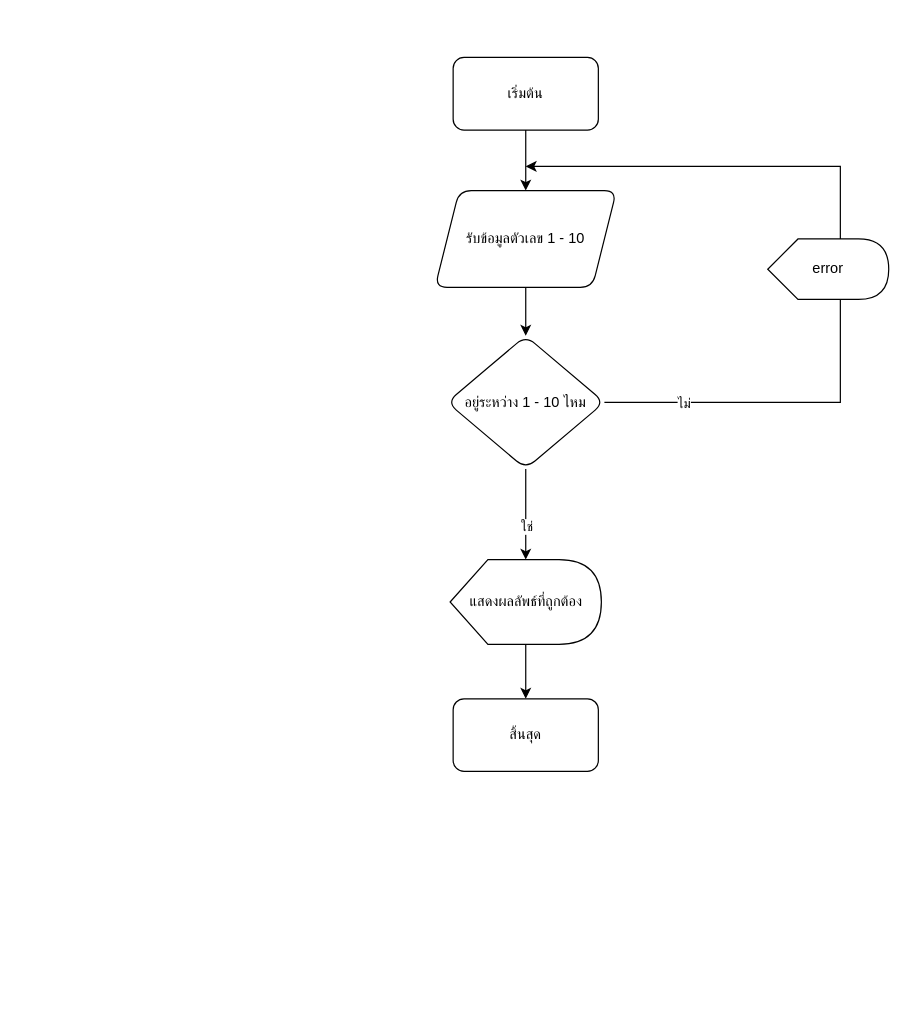
Before: Untitled Diagram.drawio in porzsche/suchanan-porsche, a draw.io diagram. Source tidied: cells renumbered, new cells numbered last; positions are measured from the earlier drawing's top-left corner, leaving out a move shared by most shapes. Both pictures are drawn from the tidied source at 121%, with x=0, y=0 at pixel (434, 57).
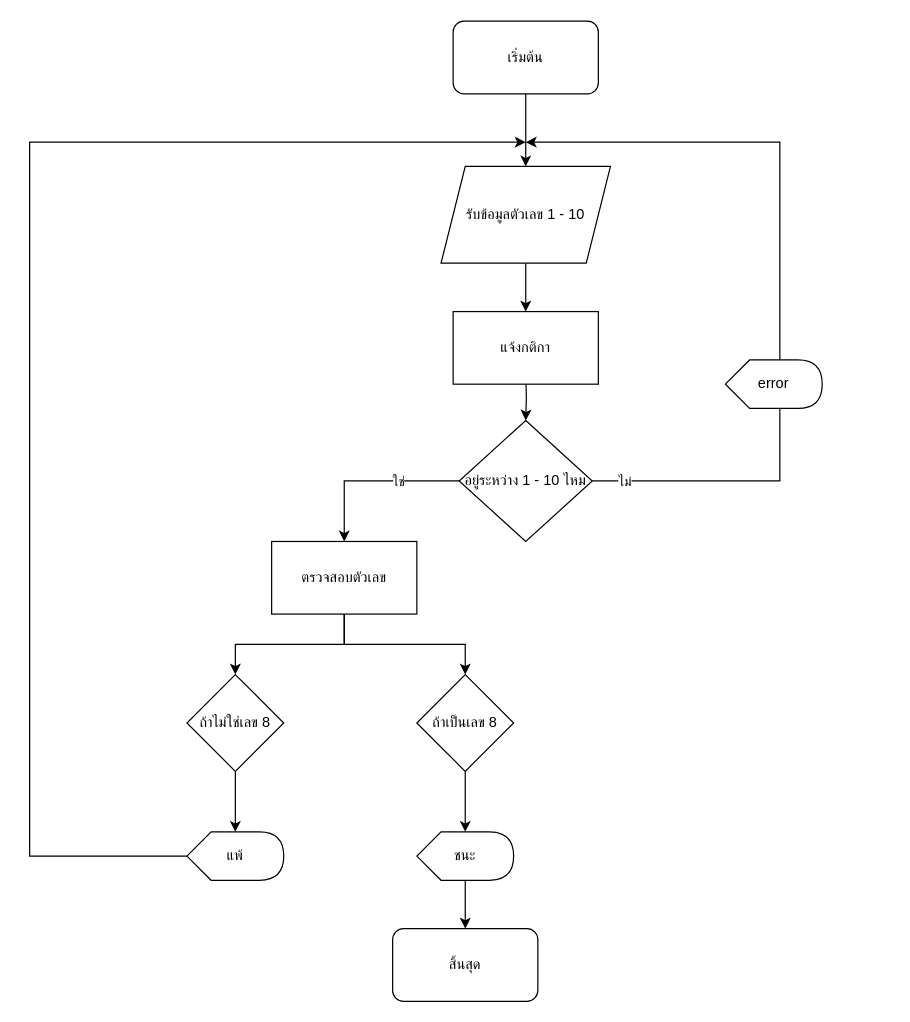
The same diagram, later.

Diff of the diagram source:
```diff
@@
     <mxCell id="3" value="เริ่มต้น" style="rounded=1;whiteSpace=wrap;html=1;" parent="1" vertex="1">
-      <mxGeometry x="15" width="120" height="60" as="geometry" />
+      <mxGeometry x="15" y="-30" width="120" height="60" as="geometry" />
     </mxCell>
-    <mxCell id="4" style="edgeStyle=orthogonalEdgeStyle;rounded=0;jettySize=auto;html=1;" parent="1" edge="1" source="5" target="10">
-      <mxGeometry relative="1" as="geometry" />
-    </mxCell>
+    <mxCell id="15" style="edgeStyle=orthogonalEdgeStyle;rounded=0;jettySize=auto;html=1;entryX=0.5;entryY=0;entryDx=0;entryDy=0;" parent="1" edge="1" source="5" target="19">
+      <mxGeometry relative="1" as="geometry" />
+    </mxCell>
-    <mxCell id="5" value="รับข้อมูลตัวเลข 1 - 10" style="shape=parallelogram;perimeter=parallelogramPerimeter;whiteSpace=wrap;html=1;fixedSize=1;rounded=1;" parent="1" vertex="1">
-      <mxGeometry y="110" width="150" height="80" as="geometry" />
+    <mxCell id="5" value="รับข้อมูลตัวเลข 1 - 10" style="shape=parallelogram;perimeter=parallelogramPerimeter;whiteSpace=wrap;html=1;fixedSize=1;" parent="1" vertex="1">
+      <mxGeometry x="5" y="90" width="140" height="80" as="geometry" />
     </mxCell>
-    <mxCell id="6" style="edgeStyle=orthogonalEdgeStyle;rounded=0;jettySize=auto;html=1;" parent="1" edge="1" source="10">
-      <mxGeometry relative="1" as="geometry">
-        <mxPoint x="75" y="90" as="targetPoint" />
-        <Array as="points">
-          <mxPoint x="335" y="285" />
-          <mxPoint x="335" y="90" />
-        </Array>
-      </mxGeometry>
-    </mxCell>
+    <mxCell id="16" style="edgeStyle=orthogonalEdgeStyle;rounded=0;jettySize=auto;html=1;" parent="1" edge="1" target="10">
+      <mxGeometry relative="1" as="geometry">
+        <mxPoint x="75" y="260" as="sourcePoint" />
+      </mxGeometry>
+    </mxCell>
+    <mxCell id="17" style="edgeStyle=orthogonalEdgeStyle;rounded=0;jettySize=auto;html=1;" parent="1" edge="1" source="10">
+      <mxGeometry relative="1" as="geometry">
+        <mxPoint x="75" y="70" as="targetPoint" />
+        <Array as="points">
+          <mxPoint x="285" y="350" />
+          <mxPoint x="285" y="70" />
+        </Array>
+      </mxGeometry>
+    </mxCell>
-    <mxCell id="7" value="ไม่" style="edgeLabel;html=1;align=center;verticalAlign=middle;" parent="6" vertex="1">
-      <mxGeometry x="-0.8" relative="1" as="geometry" />
+    <mxCell id="7" value="ไม่" style="edgeLabel;html=1;align=center;verticalAlign=middle;" parent="17" vertex="1">
+      <mxGeometry x="-0.92" relative="1" as="geometry" />
     </mxCell>
-    <mxCell id="8" style="edgeStyle=orthogonalEdgeStyle;rounded=0;jettySize=auto;html=1;" parent="1" edge="1" source="10" target="13">
-      <mxGeometry relative="1" as="geometry" />
-    </mxCell>
+    <mxCell id="18" style="edgeStyle=orthogonalEdgeStyle;rounded=0;jettySize=auto;html=1;entryX=0.5;entryY=0;entryDx=0;entryDy=0;" parent="1" edge="1" source="10" target="22">
+      <mxGeometry relative="1" as="geometry">
+        <Array as="points">
+          <mxPoint x="-75" y="350" />
+        </Array>
+      </mxGeometry>
+    </mxCell>
-    <mxCell id="9" value="ใช่" style="edgeLabel;html=1;align=center;verticalAlign=middle;" parent="8" vertex="1">
-      <mxGeometry x="0.24" relative="1" as="geometry" />
+    <mxCell id="9" value="ใช่" style="edgeLabel;html=1;align=center;verticalAlign=middle;" parent="18" vertex="1">
+      <mxGeometry x="-0.29" relative="1" as="geometry" />
     </mxCell>
-    <mxCell id="10" value="อยู่ระหว่าง 1 - 10 ไหม" style="rhombus;whiteSpace=wrap;html=1;rounded=1;" parent="1" vertex="1">
-      <mxGeometry x="10" y="230" width="130" height="110" as="geometry" />
+    <mxCell id="10" value="อยู่ระหว่าง 1 - 10 ไหม" style="rhombus;whiteSpace=wrap;html=1;" parent="1" vertex="1">
+      <mxGeometry x="20" y="300" width="110" height="100" as="geometry" />
     </mxCell>
     <mxCell id="11" value="error" style="shape=display;whiteSpace=wrap;html=1;" parent="1" vertex="1">
-      <mxGeometry x="275" y="150" width="100" height="50" as="geometry" />
+      <mxGeometry x="240" y="250" width="80" height="40" as="geometry" />
     </mxCell>
-    <mxCell id="12" style="edgeStyle=orthogonalEdgeStyle;rounded=0;jettySize=auto;html=1;" parent="1" edge="1" source="13" target="14">
-      <mxGeometry relative="1" as="geometry" />
-    </mxCell>
-    <mxCell id="13" value="แสดงผลลัพธ์ที่ถูกต้อง" style="shape=display;whiteSpace=wrap;html=1;" parent="1" vertex="1">
-      <mxGeometry x="12.5" y="415" width="125" height="70" as="geometry" />
-    </mxCell>
+    <mxCell id="19" value="แจ้งกติกา" style="rounded=0;whiteSpace=wrap;html=1;" parent="1" vertex="1">
+      <mxGeometry x="15" y="210" width="120" height="60" as="geometry" />
+    </mxCell>
+    <mxCell id="20" style="edgeStyle=orthogonalEdgeStyle;rounded=0;jettySize=auto;html=1;" parent="1" edge="1" source="22" target="24">
+      <mxGeometry relative="1" as="geometry" />
+    </mxCell>
+    <mxCell id="21" style="edgeStyle=orthogonalEdgeStyle;rounded=0;jettySize=auto;html=1;" parent="1" edge="1" source="22" target="26">
+      <mxGeometry relative="1" as="geometry" />
+    </mxCell>
+    <mxCell id="22" value="ตรวจสอบตัวเลข" style="rounded=0;whiteSpace=wrap;html=1;" parent="1" vertex="1">
+      <mxGeometry x="-135" y="400" width="120" height="60" as="geometry" />
+    </mxCell>
+    <mxCell id="23" style="edgeStyle=orthogonalEdgeStyle;rounded=0;jettySize=auto;html=1;" parent="1" edge="1" source="24" target="28">
+      <mxGeometry relative="1" as="geometry" />
+    </mxCell>
+    <mxCell id="24" value="ถ้าเป็นเลข 8" style="rhombus;whiteSpace=wrap;html=1;rounded=0;" parent="1" vertex="1">
+      <mxGeometry x="-15" y="510" width="80" height="80" as="geometry" />
+    </mxCell>
+    <mxCell id="25" style="edgeStyle=orthogonalEdgeStyle;rounded=0;jettySize=auto;html=1;" parent="1" edge="1" source="26" target="30">
+      <mxGeometry relative="1" as="geometry" />
+    </mxCell>
+    <mxCell id="26" value="ถ้าไม่ใช่เลข 8" style="rhombus;whiteSpace=wrap;html=1;" parent="1" vertex="1">
+      <mxGeometry x="-205" y="510" width="80" height="80" as="geometry" />
+    </mxCell>
+    <mxCell id="27" style="edgeStyle=orthogonalEdgeStyle;rounded=0;jettySize=auto;html=1;" parent="1" edge="1" source="28" target="14">
+      <mxGeometry relative="1" as="geometry" />
+    </mxCell>
+    <mxCell id="28" value="ชนะ" style="shape=display;whiteSpace=wrap;html=1;" parent="1" vertex="1">
+      <mxGeometry x="-15" y="640" width="80" height="40" as="geometry" />
+    </mxCell>
+    <mxCell id="29" style="edgeStyle=orthogonalEdgeStyle;rounded=0;jettySize=auto;html=1;" parent="1" edge="1" source="30">
+      <mxGeometry relative="1" as="geometry">
+        <mxPoint x="75" y="70" as="targetPoint" />
+        <Array as="points">
+          <mxPoint x="-335" y="660" />
+          <mxPoint x="-335" y="70" />
+        </Array>
+      </mxGeometry>
+    </mxCell>
+    <mxCell id="30" value="แพ้" style="shape=display;whiteSpace=wrap;html=1;" parent="1" vertex="1">
+      <mxGeometry x="-205" y="640" width="80" height="40" as="geometry" />
+    </mxCell>
     <mxCell id="14" value="สิ้นสุด" style="rounded=1;whiteSpace=wrap;html=1;" parent="1" vertex="1">
-      <mxGeometry x="15" y="530" width="120" height="60" as="geometry" />
+      <mxGeometry x="-35" y="720" width="120" height="60" as="geometry" />
     </mxCell>
```
